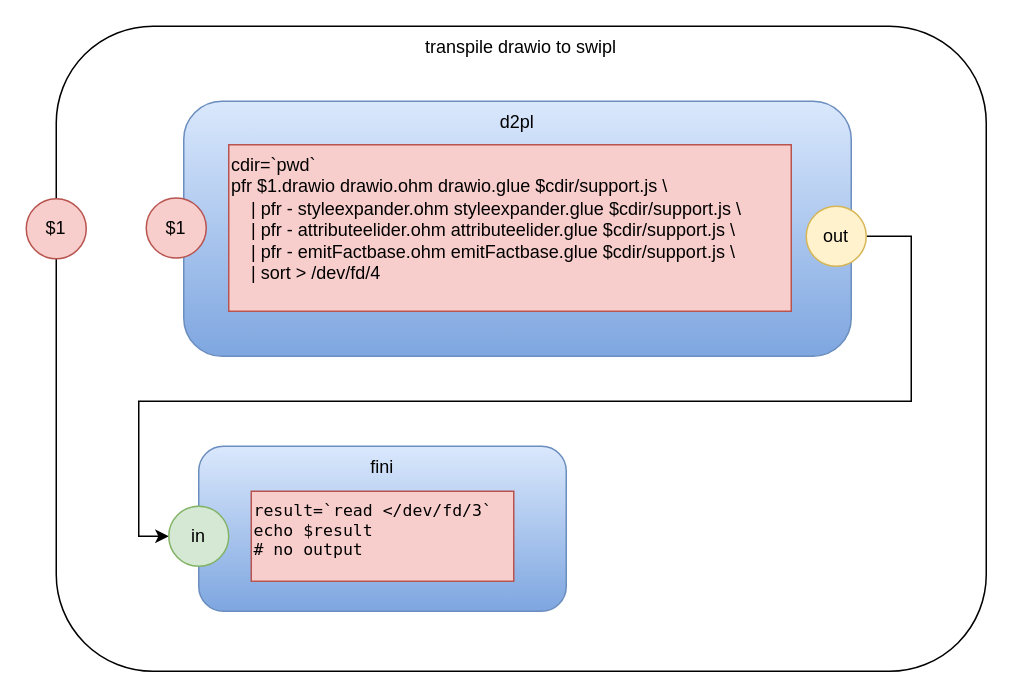
guitarvydas/vsh keeps this draw.io diagram as transpile_drawio_to_swipl.drawio. Above is the earlier version. Source tidied: cells renumbered, new cells numbered last; positions are measured from the earlier drawing's top-left corner, leaving out a move shared by most shapes. Both pictures are drawn from the tidied source at 150%, with x=0, y=0 at pixel (26, 26).
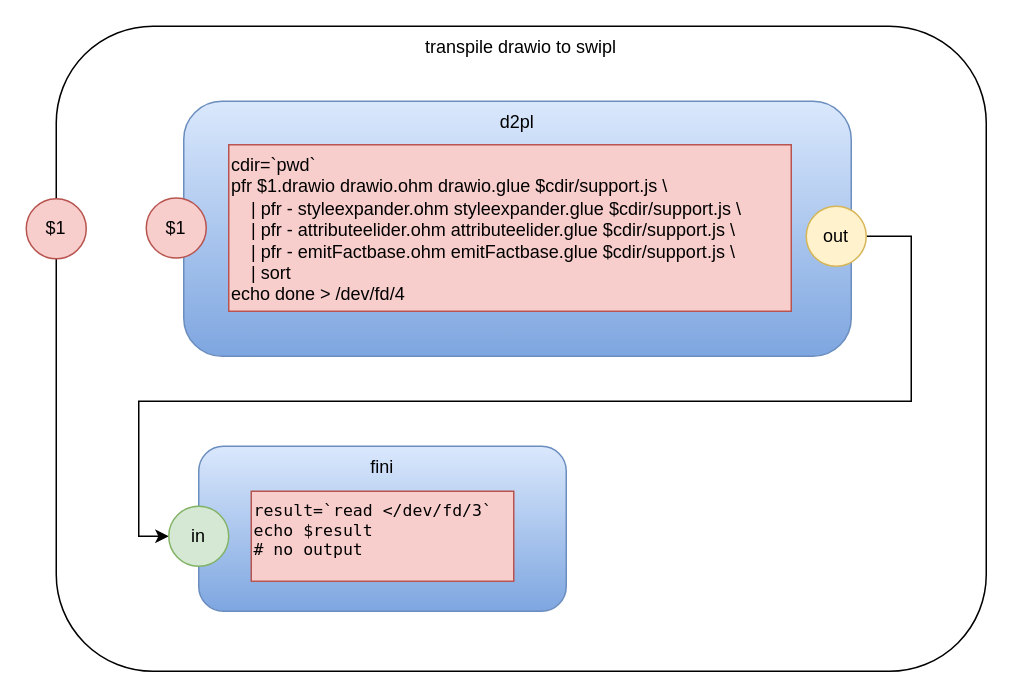
Above is the later version.

Commit message (it also covers changes not shown here):
first light transpile_drawio_to_swipl (removed &nbsp from sort)

Diff of the diagram source:
```diff
@@
 <mxGraphModel>
   <root>
     <mxCell id="0" />
     <mxCell id="1" parent="0" />
     <mxCell id="2" value="transpile drawio to swipl" style="rounded=1;whiteSpace=wrap;html=1;verticalAlign=top;" parent="1" vertex="1">
       <mxGeometry x="20" width="620" height="430" as="geometry" />
     </mxCell>
     <mxCell id="3" value="d2pl" style="rounded=1;whiteSpace=wrap;html=1;gradientColor=#7ea6e0;fillColor=#dae8fc;strokeColor=#6c8ebf;verticalAlign=top;" parent="1" vertex="1">
       <mxGeometry x="105" y="50" width="445" height="170" as="geometry" />
     </mxCell>
-    <mxCell id="4" value="&lt;div&gt;&lt;div&gt;cdir=`pwd`&lt;/div&gt;&lt;div&gt;pfr $1.drawio drawio.ohm drawio.glue $cdir/support.js \&lt;/div&gt;&lt;div&gt;&amp;nbsp; &amp;nbsp; | pfr - styleexpander.ohm styleexpander.glue $cdir/support.js \&lt;/div&gt;&lt;div&gt;&amp;nbsp; &amp;nbsp; | pfr - attributeelider.ohm attributeelider.glue $cdir/support.js \&lt;/div&gt;&lt;div&gt;&amp;nbsp; &amp;nbsp; | pfr - emitFactbase.ohm emitFactbase.glue $cdir/support.js \&lt;/div&gt;&lt;div&gt;&amp;nbsp; &amp;nbsp; | sort &amp;gt; /dev/fd/4&lt;/div&gt;&lt;/div&gt;" style="rounded=0;whiteSpace=wrap;html=1;fillColor=#f8cecc;strokeColor=#b85450;align=left;verticalAlign=top;" parent="1" vertex="1">
+    <mxCell id="4" value="&lt;div&gt;cdir=`pwd`&lt;/div&gt;&lt;div&gt;pfr $1.drawio drawio.ohm drawio.glue $cdir/support.js \&lt;/div&gt;&lt;div&gt;&amp;nbsp; &amp;nbsp; | pfr - styleexpander.ohm styleexpander.glue $cdir/support.js \&lt;/div&gt;&lt;div&gt;&amp;nbsp; &amp;nbsp; | pfr - attributeelider.ohm attributeelider.glue $cdir/support.js \&lt;/div&gt;&lt;div&gt;&amp;nbsp; &amp;nbsp; | pfr - emitFactbase.ohm emitFactbase.glue $cdir/support.js \&lt;/div&gt;&lt;div&gt;&amp;nbsp; &amp;nbsp; | sort&lt;/div&gt;&lt;div&gt;&lt;span&gt;echo done &amp;gt; /dev/fd/4&lt;/span&gt;&lt;/div&gt;" style="rounded=0;whiteSpace=wrap;html=1;fillColor=#f8cecc;strokeColor=#b85450;align=left;verticalAlign=top;" parent="1" vertex="1">
       <mxGeometry x="135" y="79" width="375" height="111" as="geometry" />
     </mxCell>
     <mxCell id="5" style="edgeStyle=orthogonalEdgeStyle;rounded=0;jettySize=auto;html=1;entryX=0;entryY=0.5;entryDx=0;entryDy=0;" parent="1" edge="1" source="6" target="8">
       <mxGeometry relative="1" as="geometry">
         <Array as="points">
           <mxPoint x="590" y="140" />
           <mxPoint x="590" y="250" />
           <mxPoint x="75" y="250" />
           <mxPoint x="75" y="340" />
         </Array>
       </mxGeometry>
     </mxCell>
     <mxCell id="6" value="out" style="ellipse;whiteSpace=wrap;html=1;fillColor=#fff2cc;strokeColor=#d6b656;" parent="1" vertex="1">
       <mxGeometry x="520" y="120" width="40" height="40" as="geometry" />
     </mxCell>
     <mxCell id="7" value="fini" style="rounded=1;whiteSpace=wrap;html=1;gradientColor=#7ea6e0;fillColor=#dae8fc;strokeColor=#6c8ebf;verticalAlign=top;" parent="1" vertex="1">
       <mxGeometry x="115" y="280" width="245" height="110" as="geometry" />
     </mxCell>
     <mxCell id="8" value="in" style="ellipse;whiteSpace=wrap;html=1;fillColor=#d5e8d4;strokeColor=#82b366;" parent="1" vertex="1">
       <mxGeometry x="95" y="320" width="40" height="40" as="geometry" />
     </mxCell>
     <mxCell id="9" value="&lt;p class=&quot;p1&quot; style=&quot;margin: 0px ; font-stretch: normal ; font-size: 11px ; line-height: normal ; font-family: &amp;#34;menlo&amp;#34;&quot;&gt;&lt;span class=&quot;s1&quot;&gt;result=`read &amp;lt;/dev/fd/3`&lt;/span&gt;&lt;/p&gt;&lt;p class=&quot;p1&quot; style=&quot;margin: 0px ; font-stretch: normal ; font-size: 11px ; line-height: normal ; font-family: &amp;#34;menlo&amp;#34;&quot;&gt;&lt;span class=&quot;s1&quot;&gt;echo $result&lt;/span&gt;&lt;/p&gt;&lt;p class=&quot;p1&quot; style=&quot;margin: 0px ; font-stretch: normal ; font-size: 11px ; line-height: normal ; font-family: &amp;#34;menlo&amp;#34;&quot;&gt;&lt;span class=&quot;s1&quot;&gt;# no output&lt;/span&gt;&lt;/p&gt;&lt;p class=&quot;p1&quot; style=&quot;margin: 0px ; font-stretch: normal ; font-size: 11px ; line-height: normal ; font-family: &amp;#34;menlo&amp;#34;&quot;&gt;&lt;br&gt;&lt;/p&gt;" style="rounded=0;whiteSpace=wrap;html=1;fillColor=#f8cecc;strokeColor=#b85450;align=left;verticalAlign=top;" parent="1" vertex="1">
       <mxGeometry x="150" y="310" width="175" height="60" as="geometry" />
     </mxCell>
     <mxCell id="10" value="$1" style="ellipse;whiteSpace=wrap;html=1;fillColor=#f8cecc;strokeColor=#b85450;" parent="1" vertex="1">
       <mxGeometry y="115" width="40" height="40" as="geometry" />
     </mxCell>
     <mxCell id="11" value="$1" style="ellipse;whiteSpace=wrap;html=1;fillColor=#f8cecc;strokeColor=#b85450;" parent="1" vertex="1">
       <mxGeometry x="80" y="114.5" width="40" height="40" as="geometry" />
     </mxCell>
   </root>
 </mxGraphModel>
```
